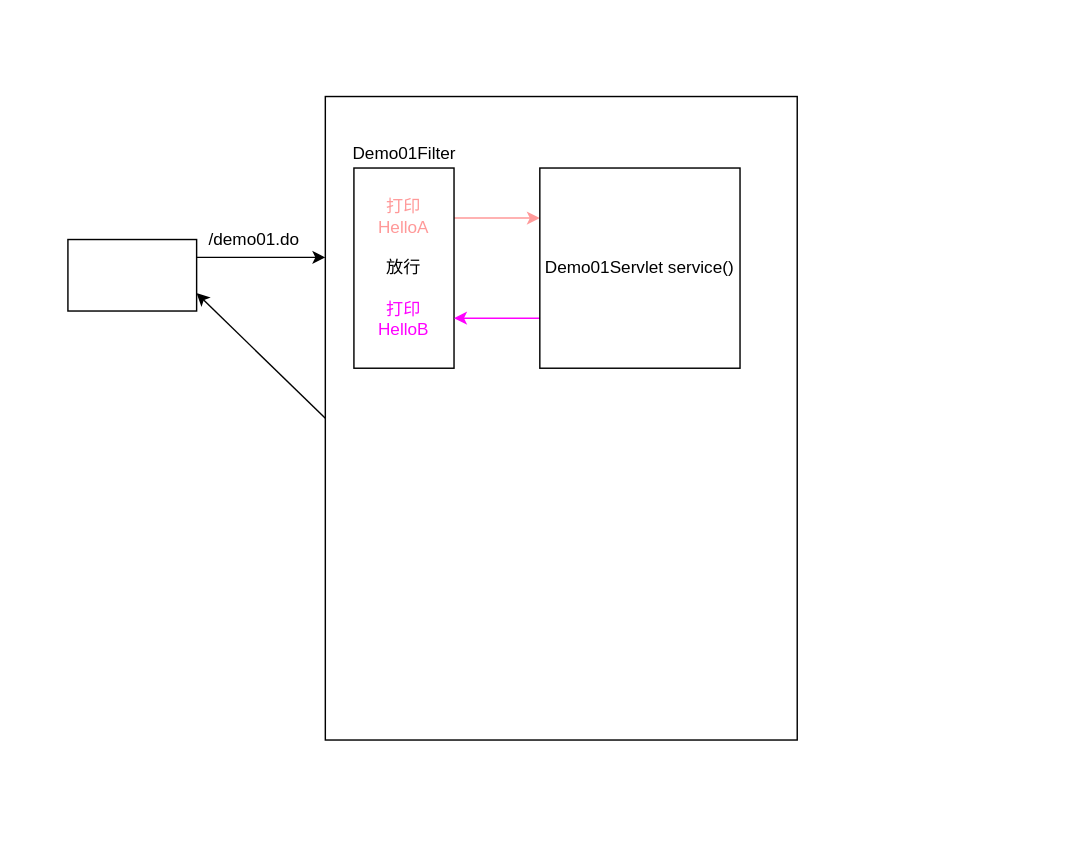
The draw.io diagram source/_posts/编程语言/Java/Java开发/Java Web/图示/Filter 图示.drawio in saoshuaili/saoshuaili.github.io, before the edit. Source tidied: cells renumbered, new cells numbered last; positions are measured from the earlier drawing's top-left corner, leaving out a move shared by most shapes. Both pictures are drawn from the tidied source at 143%, with x=0, y=0 at pixel (24, 24).
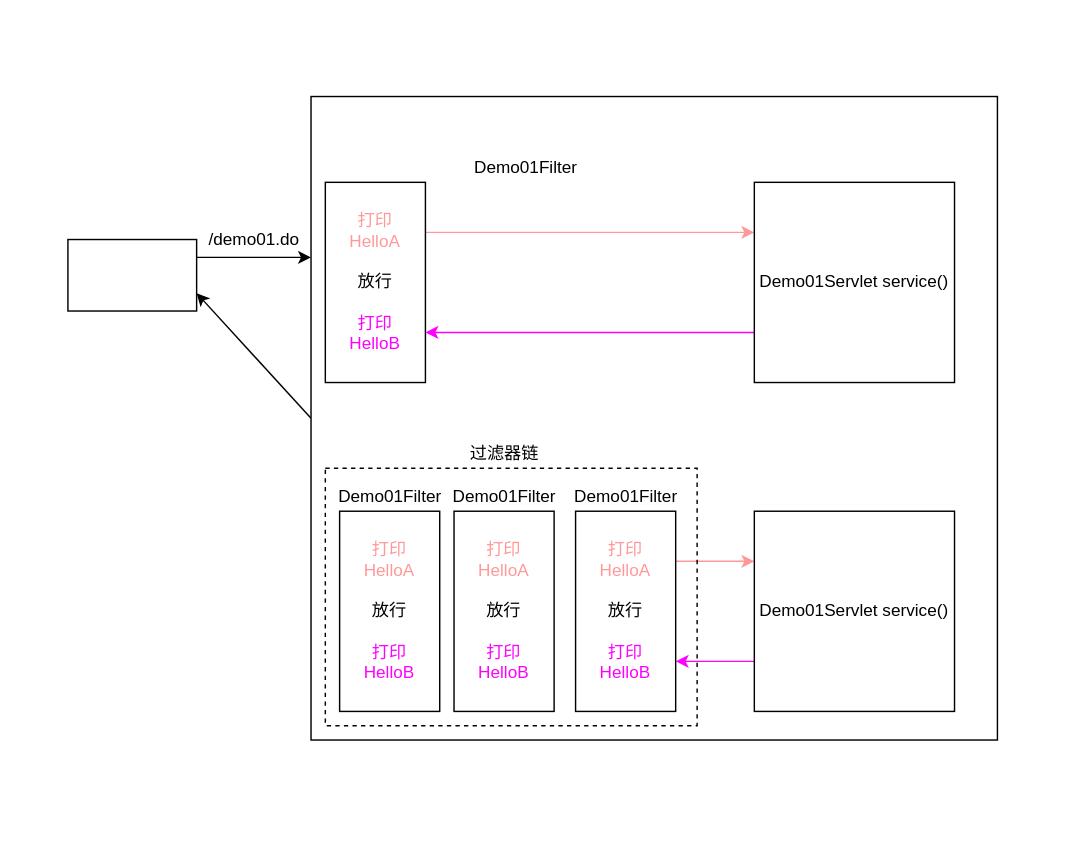
Above is the later version.

The edit, as a diff of the source:
```diff
@@
     <mxCell id="2" style="rounded=0;whiteSpace=wrap;html=1;fontColor=#FF00FF;strokeColor=none;" parent="1" vertex="1">
-      <mxGeometry width="590" height="570" as="geometry" />
+      <mxGeometry width="720" height="570" as="geometry" />
     </mxCell>
@@
     <mxCell id="6" style="rounded=0;whiteSpace=wrap;html=1;" parent="1" vertex="1">
-      <mxGeometry x="210" y="50" width="330" height="450" as="geometry" />
+      <mxGeometry x="200" y="50" width="480" height="450" as="geometry" />
     </mxCell>
@@
     <mxCell id="9" value="&lt;font color=&quot;#ff9999&quot;&gt;&lt;span&gt;打印&lt;/span&gt;&lt;br&gt;&lt;span&gt;HelloA&lt;/span&gt;&lt;/font&gt;&lt;br&gt;&lt;br&gt;放行&lt;br&gt;&lt;br&gt;&lt;font color=&quot;#ff00ff&quot;&gt;打印&lt;br&gt;HelloB&lt;/font&gt;" style="rounded=0;whiteSpace=wrap;html=1;" parent="1" vertex="1">
-      <mxGeometry x="230" y="100" width="70" height="140" as="geometry" />
+      <mxGeometry x="210" y="110" width="70" height="140" as="geometry" />
     </mxCell>
     <mxCell id="10" value="Demo01Filter" style="text;html=1;align=center;verticalAlign=middle;strokeColor=none;fillColor=none;" parent="1" vertex="1">
-      <mxGeometry x="220" y="80" width="90" height="20" as="geometry" />
+      <mxGeometry x="305" y="90" width="90" height="20" as="geometry" />
     </mxCell>
@@
     <mxCell id="12" value="Demo01Servlet service()" style="rounded=0;whiteSpace=wrap;html=1;" parent="1" vertex="1">
-      <mxGeometry x="360" y="100" width="140" height="140" as="geometry" />
+      <mxGeometry x="510" y="110" width="140" height="140" as="geometry" />
     </mxCell>
+    <mxCell id="13" style="edgeStyle=orthogonalEdgeStyle;rounded=0;jettySize=auto;html=1;exitX=1;exitY=0.25;exitDx=0;exitDy=0;entryX=0;entryY=0.25;entryDx=0;entryDy=0;strokeColor=#FF9999;" parent="1" edge="1" source="14" target="17">
+      <mxGeometry relative="1" as="geometry" />
+    </mxCell>
+    <mxCell id="14" value="&lt;font color=&quot;#ff9999&quot;&gt;&lt;span&gt;打印&lt;/span&gt;&lt;br&gt;&lt;span&gt;HelloA&lt;/span&gt;&lt;/font&gt;&lt;br&gt;&lt;br&gt;放行&lt;br&gt;&lt;br&gt;&lt;font color=&quot;#ff00ff&quot;&gt;打印&lt;br&gt;HelloB&lt;/font&gt;" style="rounded=0;whiteSpace=wrap;html=1;" parent="1" vertex="1">
+      <mxGeometry x="385" y="340" width="70" height="140" as="geometry" />
+    </mxCell>
+    <mxCell id="15" value="Demo01Filter" style="text;html=1;align=center;verticalAlign=middle;strokeColor=none;fillColor=none;" parent="1" vertex="1">
+      <mxGeometry x="375" y="320" width="90" height="20" as="geometry" />
+    </mxCell>
+    <mxCell id="16" style="edgeStyle=orthogonalEdgeStyle;rounded=0;jettySize=auto;html=1;exitX=0;exitY=0.75;exitDx=0;exitDy=0;entryX=1;entryY=0.75;entryDx=0;entryDy=0;strokeColor=#FF00FF;" parent="1" edge="1" source="17" target="14">
+      <mxGeometry relative="1" as="geometry" />
+    </mxCell>
+    <mxCell id="17" value="Demo01Servlet service()" style="rounded=0;whiteSpace=wrap;html=1;" parent="1" vertex="1">
+      <mxGeometry x="510" y="340" width="140" height="140" as="geometry" />
+    </mxCell>
+    <mxCell id="18" value="&lt;font color=&quot;#ff9999&quot;&gt;&lt;span&gt;打印&lt;/span&gt;&lt;br&gt;&lt;span&gt;HelloA&lt;/span&gt;&lt;/font&gt;&lt;br&gt;&lt;br&gt;放行&lt;br&gt;&lt;br&gt;&lt;font color=&quot;#ff00ff&quot;&gt;打印&lt;br&gt;HelloB&lt;/font&gt;" style="rounded=0;whiteSpace=wrap;html=1;" parent="1" vertex="1">
+      <mxGeometry x="300" y="340" width="70" height="140" as="geometry" />
+    </mxCell>
+    <mxCell id="19" value="Demo01Filter" style="text;html=1;align=center;verticalAlign=middle;strokeColor=none;fillColor=none;" parent="1" vertex="1">
+      <mxGeometry x="290" y="320" width="90" height="20" as="geometry" />
+    </mxCell>
+    <mxCell id="20" value="&lt;font color=&quot;#ff9999&quot;&gt;&lt;span&gt;打印&lt;/span&gt;&lt;br&gt;&lt;span&gt;HelloA&lt;/span&gt;&lt;/font&gt;&lt;br&gt;&lt;br&gt;放行&lt;br&gt;&lt;br&gt;&lt;font color=&quot;#ff00ff&quot;&gt;打印&lt;br&gt;HelloB&lt;/font&gt;" style="rounded=0;whiteSpace=wrap;html=1;" parent="1" vertex="1">
+      <mxGeometry x="220" y="340" width="70" height="140" as="geometry" />
+    </mxCell>
+    <mxCell id="21" value="Demo01Filter" style="text;html=1;align=center;verticalAlign=middle;strokeColor=none;fillColor=none;" parent="1" vertex="1">
+      <mxGeometry x="210" y="320" width="90" height="20" as="geometry" />
+    </mxCell>
+    <mxCell id="22" style="rounded=0;whiteSpace=wrap;html=1;fillColor=none;dashed=1;" parent="1" vertex="1">
+      <mxGeometry x="210" y="310" width="260" height="180" as="geometry" />
+    </mxCell>
+    <mxCell id="23" value="过滤器链" style="text;html=1;align=center;verticalAlign=middle;strokeColor=none;fillColor=none;" parent="1" vertex="1">
+      <mxGeometry x="305" y="290" width="60" height="20" as="geometry" />
+    </mxCell>
```
